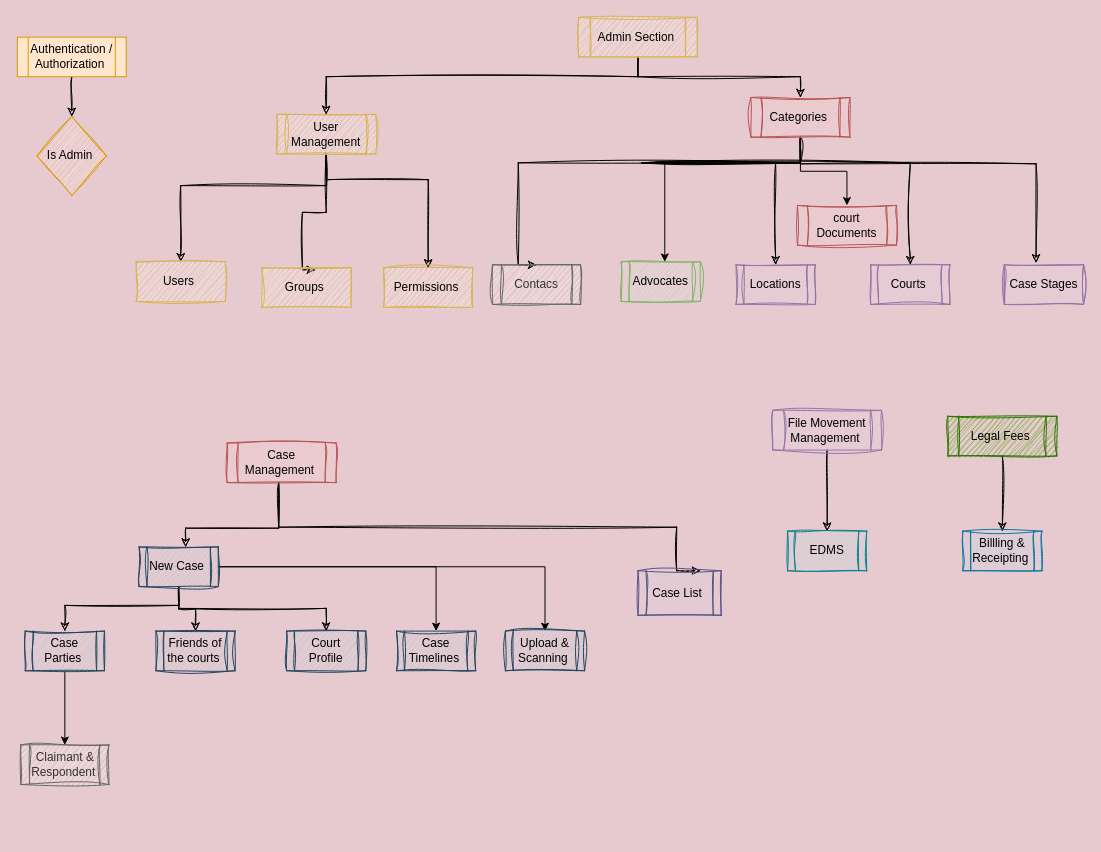
Earlier version of the draw.io diagram page "Overview" (1 of 10) of Mahakama_Design.drawio (openchlsystem/mahakama). Source tidied: cells renumbered, new cells numbered last; positions are measured from the earlier drawing's top-left corner, leaving out a move shared by most shapes. Both pictures are drawn from the tidied source at 99%, with x=0, y=0 at pixel (17, 17).
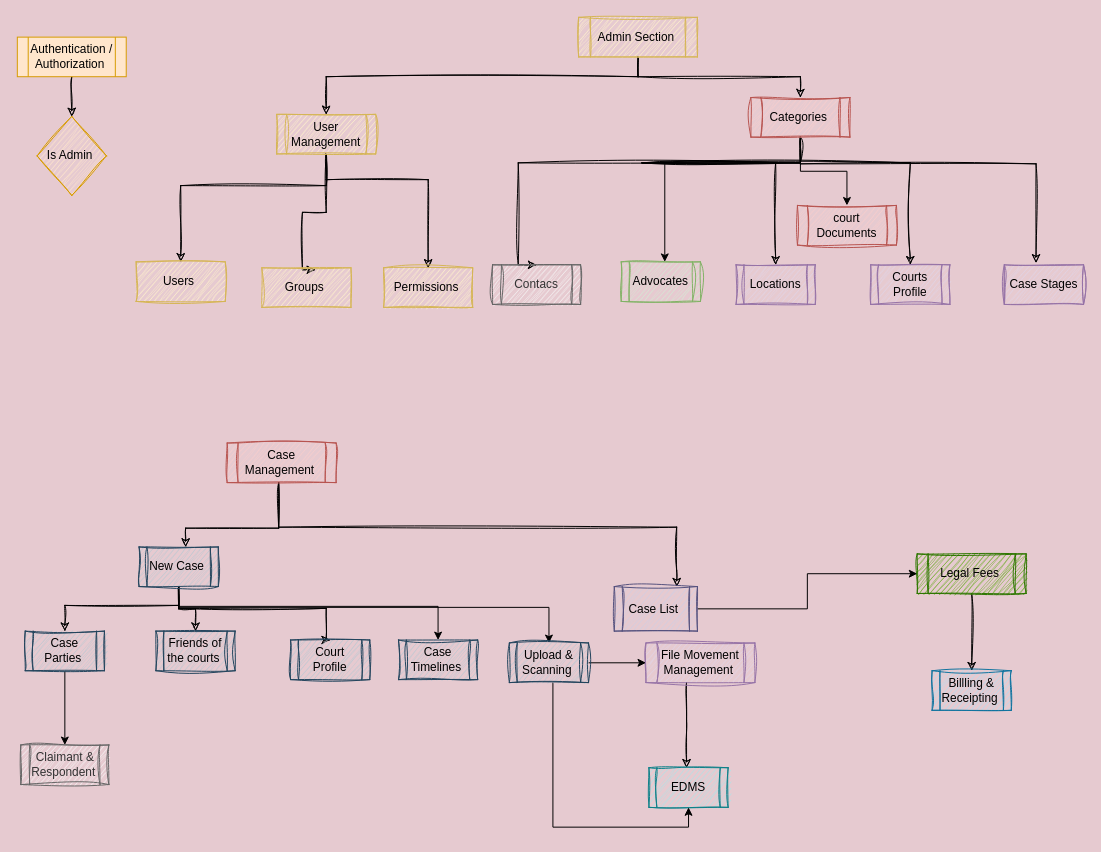
Above is the later version.

Unchanged cells that the change refers to:
```xml
<mxCell id="33" value="New Case&amp;nbsp;" style="shape=process;whiteSpace=wrap;html=1;backgroundOutline=1;fillColor=#bac8d3;strokeColor=#23445d;sketch=1;curveFitting=1;jiggle=2;fontColor=#000000;" parent="1" vertex="1">
  <mxGeometry x="123" y="535" width="80" height="40" as="geometry" />
</mxCell>
```

What changed in the source:
```diff
@@
     <mxCell id="8" style="edgeStyle=orthogonalEdgeStyle;rounded=0;sketch=1;jettySize=auto;html=1;" parent="1" edge="1" source="9" target="35">
-      <mxGeometry relative="1" as="geometry" />
+      <mxGeometry relative="1" as="geometry">
+        <Array as="points">
+          <mxPoint x="676" y="710" />
+          <mxPoint x="676" y="710" />
+        </Array>
+      </mxGeometry>
     </mxCell>
     <mxCell id="9" value="File Movement Management&amp;nbsp;" style="shape=process;whiteSpace=wrap;html=1;backgroundOutline=1;fillColor=#e1d5e7;strokeColor=#9673a6;sketch=1;curveFitting=1;jiggle=2;fontColor=#000000;" parent="1" vertex="1">
-      <mxGeometry x="763" y="397" width="110" height="40" as="geometry" />
+      <mxGeometry x="635" y="632" width="110" height="40" as="geometry" />
     </mxCell>
@@
     <mxCell id="11" value="Legal Fees&amp;nbsp;" style="shape=process;whiteSpace=wrap;html=1;backgroundOutline=1;fillColor=#60a917;fontColor=#000000;strokeColor=#2D7600;sketch=1;curveFitting=1;jiggle=2;" parent="1" vertex="1">
-      <mxGeometry x="940" y="403" width="110" height="40" as="geometry" />
+      <mxGeometry x="909" y="542" width="110" height="40" as="geometry" />
     </mxCell>
@@
-    <mxCell id="26" value="Courts&amp;nbsp;" style="shape=process;whiteSpace=wrap;html=1;backgroundOutline=1;fillColor=#e1d5e7;strokeColor=#9673a6;sketch=1;curveFitting=1;jiggle=2;fontColor=#000000;" parent="1" vertex="1">
+    <mxCell id="26" value="Courts Profile" style="shape=process;whiteSpace=wrap;html=1;backgroundOutline=1;fillColor=#e1d5e7;strokeColor=#9673a6;sketch=1;curveFitting=1;jiggle=2;fontColor=#000000;" parent="1" vertex="1">
       <mxGeometry x="862" y="250" width="80" height="40" as="geometry" />
     </mxCell>
@@
     <mxCell id="31" style="edgeStyle=orthogonalEdgeStyle;rounded=0;jettySize=auto;html=1;" parent="1" edge="1" source="33" target="50">
-      <mxGeometry relative="1" as="geometry" />
+      <mxGeometry relative="1" as="geometry">
+        <Array as="points">
+          <mxPoint x="163" y="596" />
+          <mxPoint x="537" y="596" />
+        </Array>
+      </mxGeometry>
     </mxCell>
     <mxCell id="32" style="edgeStyle=orthogonalEdgeStyle;rounded=0;jettySize=auto;html=1;" parent="1" edge="1" source="33" target="51">
-      <mxGeometry relative="1" as="geometry" />
+      <mxGeometry relative="1" as="geometry">
+        <Array as="points">
+          <mxPoint x="163" y="595" />
+          <mxPoint x="425" y="595" />
+        </Array>
+      </mxGeometry>
     </mxCell>
@@
+    <mxCell id="52" style="edgeStyle=orthogonalEdgeStyle;rounded=0;jettySize=auto;html=1;entryX=0;entryY=0.5;entryDx=0;entryDy=0;" parent="1" edge="1" source="34" target="11">
+      <mxGeometry relative="1" as="geometry" />
+    </mxCell>
     <mxCell id="34" value="Case List&amp;nbsp;" style="shape=process;whiteSpace=wrap;html=1;backgroundOutline=1;fillColor=#d0cee2;strokeColor=#56517e;sketch=1;curveFitting=1;jiggle=2;fontColor=#000000;" parent="1" vertex="1">
-      <mxGeometry x="627" y="559" width="84" height="45" as="geometry" />
+      <mxGeometry x="603" y="575" width="84" height="45" as="geometry" />
     </mxCell>
     <mxCell id="35" value="EDMS" style="shape=process;whiteSpace=wrap;html=1;backgroundOutline=1;fillColor=#b0e3e6;strokeColor=#0e8088;sketch=1;curveFitting=1;jiggle=2;fontColor=#000000;" parent="1" vertex="1">
-      <mxGeometry x="778" y="519" width="80" height="40" as="geometry" />
+      <mxGeometry x="638" y="758" width="80" height="40" as="geometry" />
     </mxCell>
     <mxCell id="36" value="Billling &amp;amp; Receipting&amp;nbsp;" style="shape=process;whiteSpace=wrap;html=1;backgroundOutline=1;fillColor=#b1ddf0;strokeColor=#10739e;sketch=1;curveFitting=1;jiggle=2;fontColor=#000000;" parent="1" vertex="1">
-      <mxGeometry x="955" y="519" width="80" height="40" as="geometry" />
+      <mxGeometry x="924" y="660" width="80" height="40" as="geometry" />
     </mxCell>
@@
     <mxCell id="47" value="Court Profile" style="shape=process;whiteSpace=wrap;html=1;backgroundOutline=1;fillColor=#bac8d3;strokeColor=#23445d;sketch=1;curveFitting=1;jiggle=2;fontColor=#000000;" parent="1" vertex="1">
-      <mxGeometry x="272" y="620" width="80" height="40" as="geometry" />
+      <mxGeometry x="276" y="629" width="80" height="40" as="geometry" />
     </mxCell>
@@
+    <mxCell id="53" style="edgeStyle=orthogonalEdgeStyle;rounded=0;jettySize=auto;html=1;" parent="1" edge="1" source="50" target="9">
+      <mxGeometry relative="1" as="geometry" />
+    </mxCell>
+    <mxCell id="54" style="edgeStyle=orthogonalEdgeStyle;rounded=0;jettySize=auto;html=1;entryX=0.5;entryY=1;entryDx=0;entryDy=0;" parent="1" edge="1" source="50" target="35">
+      <mxGeometry relative="1" as="geometry">
+        <Array as="points">
+          <mxPoint x="541" y="818" />
+          <mxPoint x="678" y="818" />
+        </Array>
+      </mxGeometry>
+    </mxCell>
     <mxCell id="50" value="Upload &amp;amp; Scanning&amp;nbsp;" style="shape=process;whiteSpace=wrap;html=1;backgroundOutline=1;fillColor=#bac8d3;strokeColor=#23445d;sketch=1;curveFitting=1;jiggle=2;fontColor=#000000;" parent="1" vertex="1">
-      <mxGeometry x="493" y="620" width="80" height="40" as="geometry" />
+      <mxGeometry x="497" y="632" width="80" height="40" as="geometry" />
     </mxCell>
     <mxCell id="51" value="Case Timelines&amp;nbsp;" style="shape=process;whiteSpace=wrap;html=1;backgroundOutline=1;fillColor=#bac8d3;strokeColor=#23445d;sketch=1;curveFitting=1;jiggle=2;fontColor=#000000;" parent="1" vertex="1">
-      <mxGeometry x="383" y="620" width="80" height="40" as="geometry" />
+      <mxGeometry x="385" y="629" width="80" height="40" as="geometry" />
     </mxCell>
```
